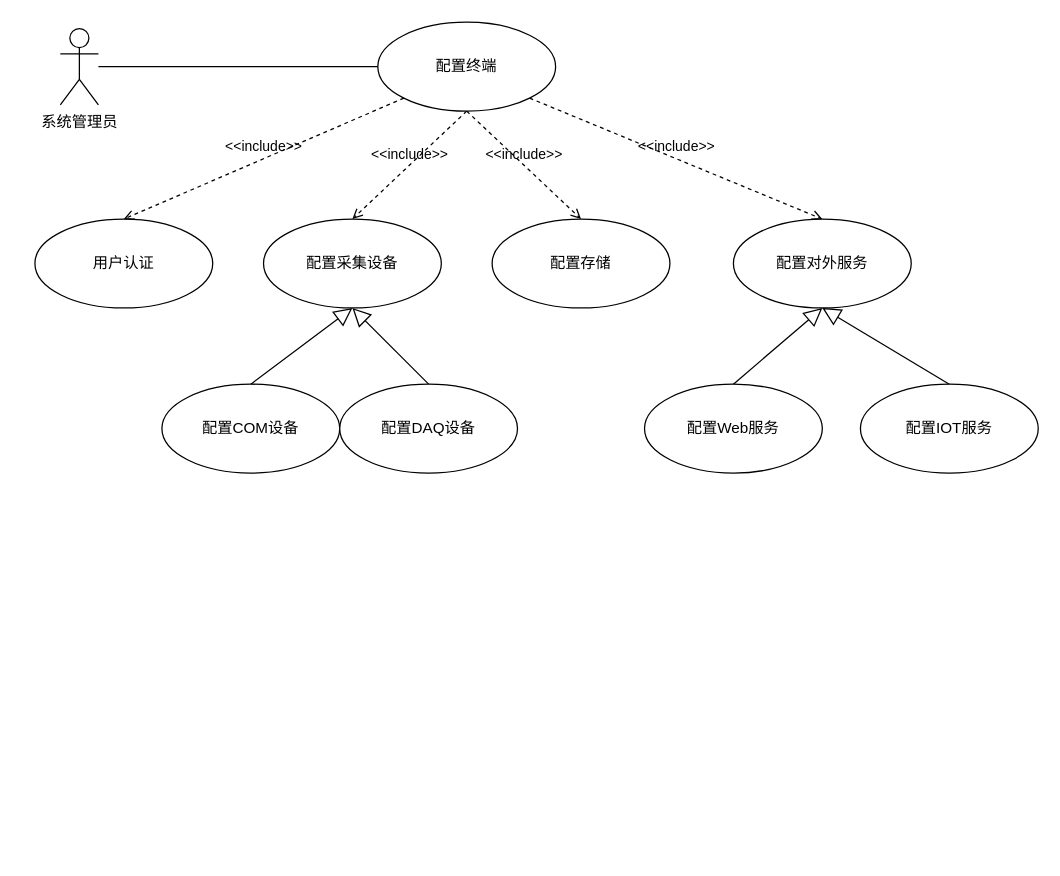
The draw.io diagram RaspPI/Use cases.drawio in zhugy08/drawio, before the edit. Source tidied: cells renumbered, new cells numbered last; positions are measured from the earlier drawing's top-left corner, leaving out a move shared by most shapes. Both pictures are drawn from the tidied source at 127%, with x=0, y=0 at pixel (34, 22).
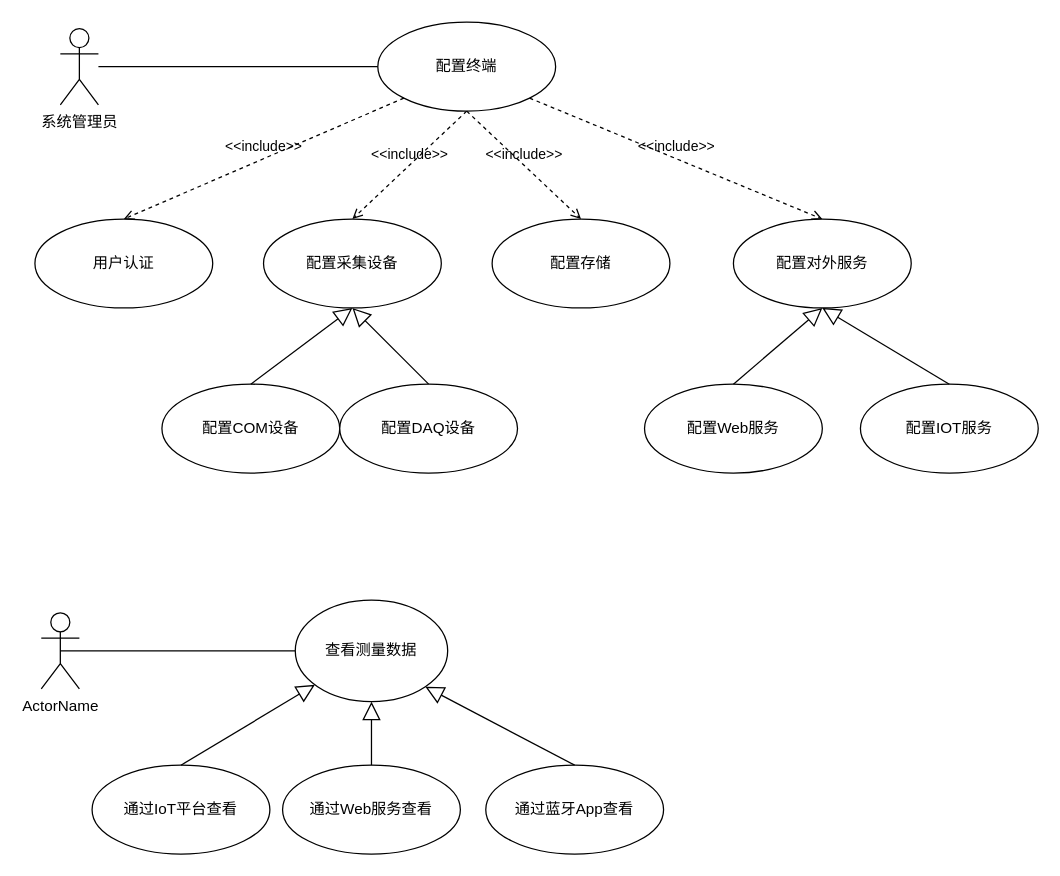
The same diagram, later.

Diff of the diagram source:
```diff
@@
+    <mxCell id="21" value="ActorName" style="shape=umlActor;html=1;verticalLabelPosition=bottom;verticalAlign=top;align=center;" parent="1" vertex="1">
+      <mxGeometry x="5" y="465" width="30" height="60" as="geometry" />
+    </mxCell>
+    <mxCell id="22" value="查看测量数据" style="ellipse;whiteSpace=wrap;html=1;" parent="1" vertex="1">
+      <mxGeometry x="205" y="455" width="120" height="80" as="geometry" />
+    </mxCell>
+    <mxCell id="23" style="edgeStyle=none;html=1;endArrow=none;verticalAlign=bottom;exitX=0.5;exitY=0.5;exitDx=0;exitDy=0;exitPerimeter=0;" parent="1" edge="1" source="21" target="22">
+      <mxGeometry relative="1" as="geometry" />
+    </mxCell>
+    <mxCell id="24" value="通过IoT平台查看" style="ellipse;whiteSpace=wrap;html=1;" parent="1" vertex="1">
+      <mxGeometry x="45" y="585" width="140" height="70" as="geometry" />
+    </mxCell>
+    <mxCell id="25" value="通过Web服务查看" style="ellipse;whiteSpace=wrap;html=1;" parent="1" vertex="1">
+      <mxGeometry x="195" y="585" width="140" height="70" as="geometry" />
+    </mxCell>
+    <mxCell id="26" value="通过蓝牙App查看" style="ellipse;whiteSpace=wrap;html=1;" parent="1" vertex="1">
+      <mxGeometry x="355" y="585" width="140" height="70" as="geometry" />
+    </mxCell>
+    <mxCell id="27" style="edgeStyle=none;html=1;endArrow=block;endFill=0;endSize=12;verticalAlign=bottom;exitX=0.5;exitY=0;exitDx=0;exitDy=0;" parent="1" edge="1" source="25" target="22">
+      <mxGeometry relative="1" as="geometry" />
+    </mxCell>
+    <mxCell id="28" style="edgeStyle=none;html=1;endArrow=block;endFill=0;endSize=12;verticalAlign=bottom;exitX=0.5;exitY=0;exitDx=0;exitDy=0;" parent="1" edge="1" source="24" target="22">
+      <mxGeometry relative="1" as="geometry" />
+    </mxCell>
+    <mxCell id="29" style="edgeStyle=none;html=1;endArrow=block;endFill=0;endSize=12;verticalAlign=bottom;exitX=0.5;exitY=0;exitDx=0;exitDy=0;entryX=1;entryY=1;entryDx=0;entryDy=0;" parent="1" edge="1" source="26" target="22">
+      <mxGeometry relative="1" as="geometry" />
+    </mxCell>
```
